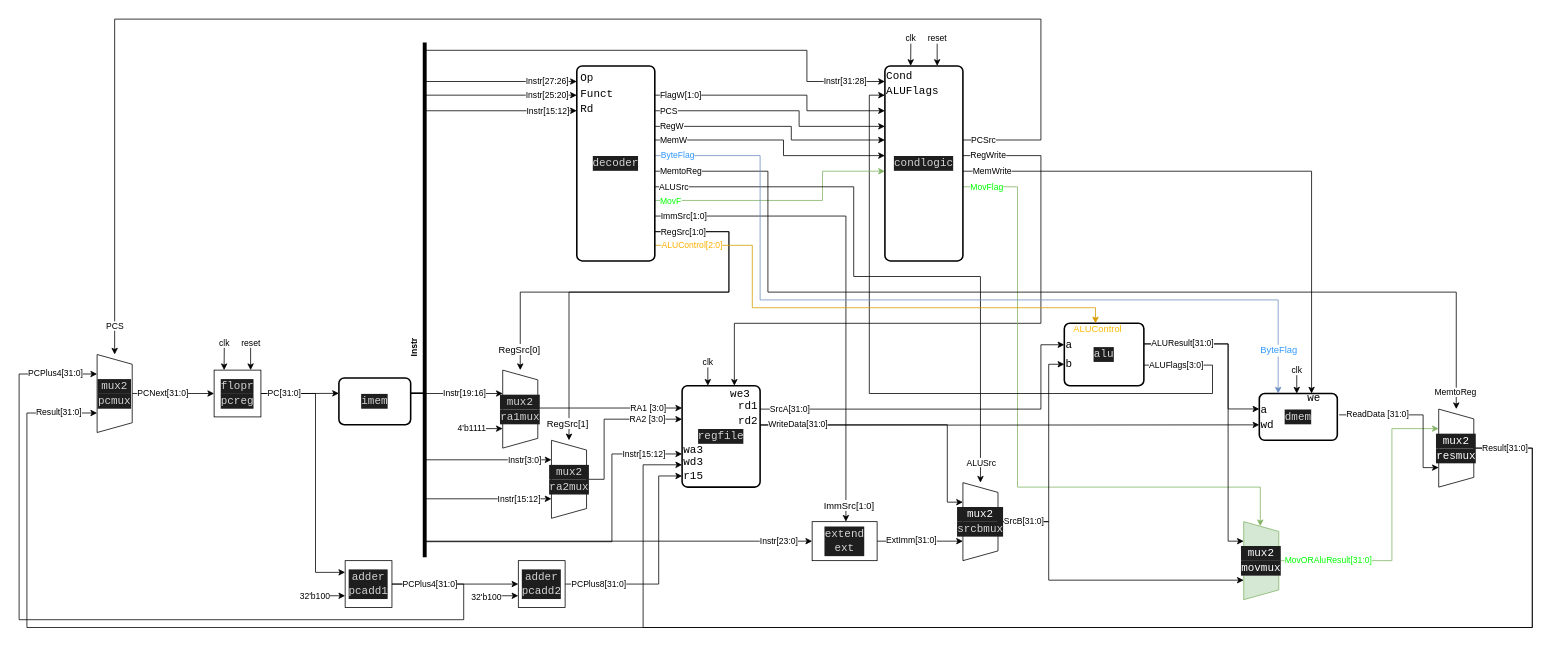
Earlier version of the draw.io diagram diagram.drawio (moliverth/arm_single_extended). Source tidied: cells renumbered, new cells numbered last; positions are measured from the earlier drawing's top-left corner, leaving out a move shared by most shapes. Both pictures are drawn from the tidied source at 78%, with x=0, y=0 at pixel (19, 19).
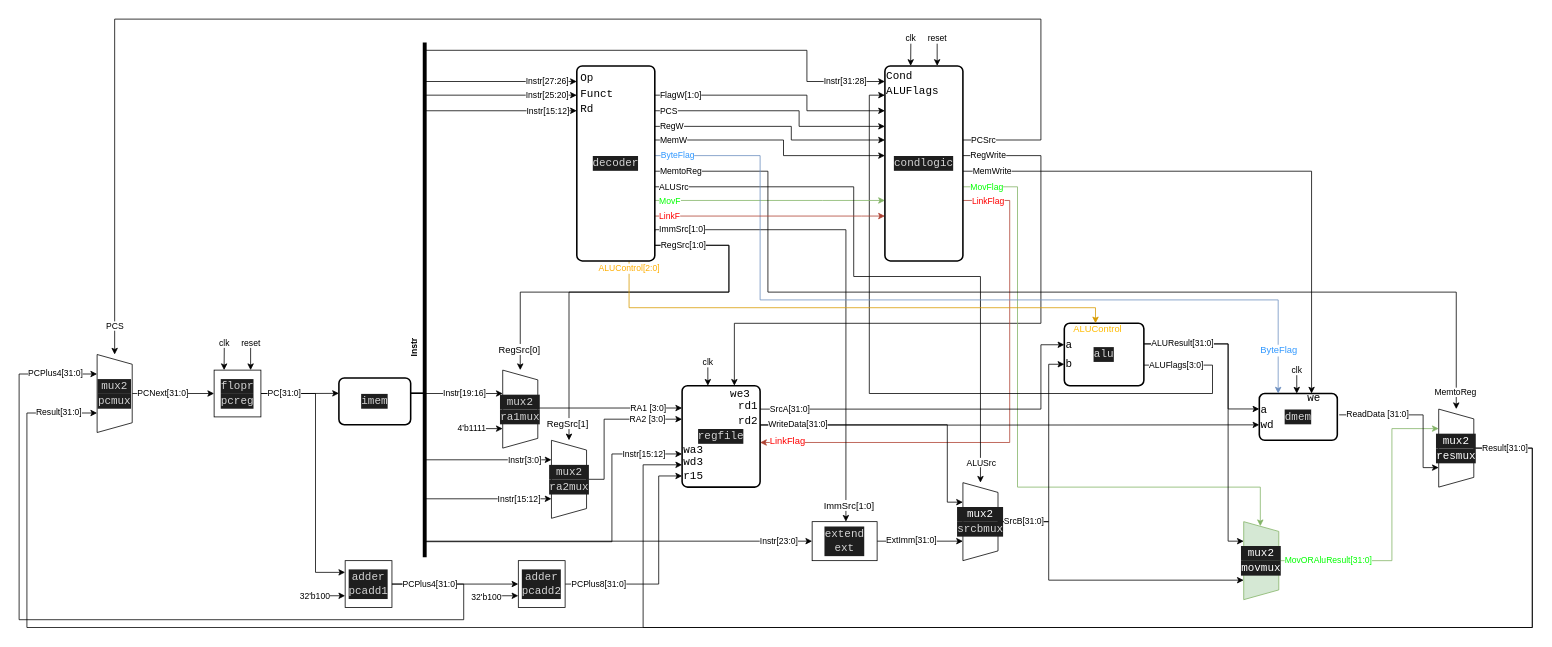
The same page after the edit.

Commit message:
add LinkFLag and LinkF wires

Unchanged cells that the change refers to:
```xml
<mxCell id="7" value="&lt;div style=&quot;color: rgb(212, 212, 212); background-color: rgb(30, 30, 30); font-family: Consolas, &amp;quot;Courier New&amp;quot;, monospace; font-size: 14px; line-height: 19px;&quot;&gt;&lt;div style=&quot;line-height: 19px;&quot;&gt;condlogic&lt;/div&gt;&lt;/div&gt;" style="rounded=1;whiteSpace=wrap;html=1;absoluteArcSize=1;arcSize=14;strokeWidth=2;points=[[0,0.08,0,0,0],[0,0.15,0,0,0],[0,0.23,0,0,0],[0,0.31,0,0,0],[0,0.38,0,0,0],[0,0.46,0,0,0],[0,0.54,0,0,0],[0,0.62,0,0,0],[0,0.69,0,0,0],[0,0.77,0,0,0],[0,0.85,0,0,0],[0,0.92,0,0,0],[0.33,0,0,0,0],[0.33,1,0,0,0],[0.67,0,0,0,0],[0.67,1,0,0,0],[1,0.08,0,0,0],[1,0.15,0,0,0],[1,0.23,0,0,0],[1,0.31,0,0,0],[1,0.38,0,0,0],[1,0.46,0,0,0],[1,0.54,0,0,0],[1,0.62,0,0,0],[1,0.69,0,0,0],[1,0.77,0,0,0],[1,0.85,0,0,0],[1,0.92,0,0,0]];" parent="1" vertex="1">
  <mxGeometry x="1110" y="60" width="100" height="250" as="geometry" />
</mxCell>
<mxCell id="24" value="&lt;div style=&quot;color: rgb(212, 212, 212); background-color: rgb(30, 30, 30); font-family: Consolas, &amp;quot;Courier New&amp;quot;, monospace; font-size: 14px; line-height: 19px;&quot;&gt;&lt;div style=&quot;line-height: 19px;&quot;&gt;regfile&lt;/div&gt;&lt;/div&gt;" style="rounded=1;whiteSpace=wrap;html=1;absoluteArcSize=1;arcSize=14;strokeWidth=2;points=[[0,0.11,0,0,0],[0,0.22,0,0,0],[0,0.33,0,0,0],[0,0.44,0,0,0],[0,0.56,0,0,0],[0,0.67,0,0,0],[0,0.78,0,0,0],[0,0.89,0,0,0],[0.33,0,0,0,0],[0.33,1,0,0,0],[0.67,0,0,0,0],[0.67,1,0,0,0],[1,0.11,0,0,0],[1,0.22,0,0,0],[1,0.33,0,0,0],[1,0.44,0,0,0],[1,0.56,0,0,0],[1,0.67,0,0,0],[1,0.78,0,0,0],[1,0.89,0,0,0]];" parent="1" vertex="1">
  <mxGeometry x="850" y="470" width="100" height="130" as="geometry" />
</mxCell>
<mxCell id="27" value="&lt;div style=&quot;color: rgb(212, 212, 212); background-color: rgb(30, 30, 30); font-family: Consolas, &amp;quot;Courier New&amp;quot;, monospace; font-size: 14px; line-height: 19px;&quot;&gt;&lt;div style=&quot;line-height: 19px;&quot;&gt;mux2&lt;/div&gt;&lt;/div&gt;&lt;div style=&quot;color: rgb(212, 212, 212); background-color: rgb(30, 30, 30); font-family: Consolas, &amp;quot;Courier New&amp;quot;, monospace; font-size: 14px; line-height: 19px;&quot;&gt;&lt;div style=&quot;line-height: 19px;&quot;&gt;ra1mux&lt;/div&gt;&lt;/div&gt;" style="verticalLabelPosition=middle;verticalAlign=middle;html=1;shape=trapezoid;perimeter=trapezoidPerimeter;whiteSpace=wrap;size=0.125;arcSize=10;flipV=1;labelPosition=center;align=center;strokeColor=default;fontFamily=Helvetica;fontSize=12;fontColor=default;fillColor=default;direction=south;rounded=0;shadow=0;points=[[0,0.5,0,0,0],[0.25,1,0,0,0],[0.5,0,0,0,0],[0.75,1,0,0,0],[1,0.5,0,0,0]];" parent="1" vertex="1">
  <mxGeometry x="620" y="450" width="45" height="100" as="geometry" />
</mxCell>
<mxCell id="39" value="&lt;div style=&quot;color: rgb(212, 212, 212); background-color: rgb(30, 30, 30); font-family: Consolas, &amp;quot;Courier New&amp;quot;, monospace; font-size: 14px; line-height: 19px;&quot;&gt;&lt;div style=&quot;line-height: 19px;&quot;&gt;mux2&lt;/div&gt;&lt;/div&gt;&lt;div style=&quot;color: rgb(212, 212, 212); background-color: rgb(30, 30, 30); font-family: Consolas, &amp;quot;Courier New&amp;quot;, monospace; font-size: 14px; line-height: 19px;&quot;&gt;&lt;div style=&quot;line-height: 19px;&quot;&gt;&lt;div style=&quot;line-height: 19px;&quot;&gt;ra2mux&lt;/div&gt;&lt;/div&gt;&lt;/div&gt;" style="verticalLabelPosition=middle;verticalAlign=middle;html=1;shape=trapezoid;perimeter=trapezoidPerimeter;whiteSpace=wrap;size=0.125;arcSize=10;flipV=1;labelPosition=center;align=center;strokeColor=default;fontFamily=Helvetica;fontSize=12;fontColor=default;fillColor=default;direction=south;rounded=0;shadow=0;points=[[0,0.5,0,0,0],[0.25,1,0,0,0],[0.5,0,0,0,0],[0.75,1,0,0,0],[1,0.5,0,0,0]];" parent="1" vertex="1">
  <mxGeometry x="682.5" y="540" width="45" height="100" as="geometry" />
</mxCell>
<mxCell id="64" value="&lt;div style=&quot;color: rgb(212, 212, 212); background-color: rgb(30, 30, 30); font-family: Consolas, &amp;quot;Courier New&amp;quot;, monospace; font-size: 14px; line-height: 19px;&quot;&gt;&lt;div style=&quot;line-height: 19px;&quot;&gt;&lt;div style=&quot;line-height: 19px;&quot;&gt;decoder&lt;/div&gt;&lt;/div&gt;&lt;/div&gt;" style="rounded=1;whiteSpace=wrap;html=1;absoluteArcSize=1;arcSize=14;strokeWidth=2;points=[[0,0.08,0,0,0],[0,0.15,0,0,0],[0,0.23,0,0,0],[0,0.31,0,0,0],[0,0.38,0,0,0],[0,0.46,0,0,0],[0,0.54,0,0,0],[0,0.62,0,0,0],[0,0.69,0,0,0],[0,0.77,0,0,0],[0,0.85,0,0,0],[0,0.92,0,0,0],[0.33,0,0,0,0],[0.33,1,0,0,0],[0.67,0,0,0,0],[0.67,1,0,0,0],[1,0.08,0,0,0],[1,0.15,0,0,0],[1,0.23,0,0,0],[1,0.31,0,0,0],[1,0.38,0,0,0],[1,0.46,0,0,0],[1,0.54,0,0,0],[1,0.62,0,0,0],[1,0.69,0,0,0],[1,0.77,0,0,0],[1,0.85,0,0,0],[1,0.92,0,0,0]];" parent="1" vertex="1">
  <mxGeometry x="715" y="60" width="100" height="250" as="geometry" />
</mxCell>
<mxCell id="85" value="&lt;font color=&quot;#ffbb00&quot;&gt;ALUControl&lt;/font&gt;" style="text;whiteSpace=wrap;html=1;labelBackgroundColor=none;fontColor=#000000;verticalAlign=middle;" parent="1" vertex="1">
  <mxGeometry x="1350" y="390" width="60" height="15" as="geometry" />
</mxCell>
<mxCell id="87" value="&lt;div style=&quot;color: rgb(212, 212, 212); background-color: rgb(30, 30, 30); font-family: Consolas, &amp;quot;Courier New&amp;quot;, monospace; font-size: 14px; line-height: 19px;&quot;&gt;&lt;div style=&quot;line-height: 19px;&quot;&gt;&lt;div style=&quot;line-height: 19px;&quot;&gt;extend&lt;/div&gt;&lt;/div&gt;&lt;div style=&quot;line-height: 19px;&quot;&gt;&lt;div style=&quot;line-height: 19px;&quot;&gt;ext&lt;/div&gt;&lt;/div&gt;&lt;/div&gt;" style="whiteSpace=wrap;html=1;strokeColor=default;fontFamily=Helvetica;fontSize=12;fontColor=default;fillColor=default;points=[[0,0.25,0,0,0],[0,0.5,0,0,0],[0,0.75,0,0,0],[0.5,0,0,0,0],[0.5,1,0,0,0],[1,0.5,0,0,0]];rotation=0;" parent="1" vertex="1">
  <mxGeometry x="1016.7" y="644.3" width="83.3" height="50" as="geometry" />
</mxCell>
```

The edit, as a diff of the source:
```diff
@@
+    <mxCell id="101" value="LinkFlag" style="edgeStyle=orthogonalEdgeStyle;rounded=0;jettySize=auto;html=1;exitX=1;exitY=0.69;exitDx=0;exitDy=0;exitPerimeter=0;entryX=1;entryY=0.56;entryDx=0;entryDy=0;entryPerimeter=0;fillColor=#fad9d5;strokeColor=#ae4132;align=left;fontColor=#ff0000;" parent="1" edge="1" source="7" target="24">
+      <mxGeometry x="-0.97" relative="1" as="geometry">
+        <Array as="points">
+          <mxPoint x="1270" y="233" />
+          <mxPoint x="1270" y="543" />
+        </Array>
+      </mxGeometry>
+    </mxCell>
@@
-    <mxCell id="52" style="edgeStyle=orthogonalEdgeStyle;rounded=0;jettySize=auto;html=1;exitX=1;exitY=0.85;exitDx=0;exitDy=0;exitPerimeter=0;align=left;entryX=1;entryY=0.5;entryDx=0;entryDy=0;entryPerimeter=0;" parent="1" edge="1" source="64" target="27">
+    <mxCell id="52" style="edgeStyle=orthogonalEdgeStyle;rounded=0;jettySize=auto;html=1;exitX=1;exitY=0.92;exitDx=0;exitDy=0;exitPerimeter=0;align=left;entryX=1;entryY=0.5;entryDx=0;entryDy=0;entryPerimeter=0;" parent="1" edge="1" source="64" target="27">
       <mxGeometry x="-0.92" relative="1" as="geometry">
         <Array as="points">
-          <mxPoint x="910" y="272" />
+          <mxPoint x="910" y="290" />
           <mxPoint x="910" y="350" />
           <mxPoint x="643" y="350" />
         </Array>
       </mxGeometry>
     </mxCell>
-    <mxCell id="53" value="ImmSrc[1:0]" style="edgeStyle=orthogonalEdgeStyle;rounded=0;jettySize=auto;html=1;exitX=1;exitY=0.77;exitDx=0;exitDy=0;exitPerimeter=0;align=left;" parent="1" edge="1" source="64" target="87">
+    <mxCell id="53" value="ImmSrc[1:0]" style="edgeStyle=orthogonalEdgeStyle;rounded=0;jettySize=auto;html=1;exitX=1;exitY=0.85;exitDx=0;exitDy=0;exitPerimeter=0;align=left;" parent="1" edge="1" source="64" target="87">
       <mxGeometry x="-0.98" relative="1" as="geometry">
         <Array as="points">
-          <mxPoint x="1060" y="253" />
+          <mxPoint x="815" y="270" />
+          <mxPoint x="1060" y="270" />
         </Array>
       </mxGeometry>
     </mxCell>
-    <mxCell id="54" value="&lt;font color=&quot;#00ff00&quot;&gt;MovF&lt;/font&gt;" style="edgeStyle=orthogonalEdgeStyle;rounded=0;jettySize=auto;html=1;exitX=1;exitY=0.69;exitDx=0;exitDy=0;exitPerimeter=0;align=left;fillColor=#d5e8d4;strokeColor=#82b366;entryX=0;entryY=0.54;entryDx=0;entryDy=0;entryPerimeter=0;" parent="1" edge="1" source="64" target="7">
+    <mxCell id="54" value="&lt;font color=&quot;#00ff00&quot;&gt;MovF&lt;/font&gt;" style="edgeStyle=orthogonalEdgeStyle;rounded=0;jettySize=auto;html=1;exitX=1;exitY=0.69;exitDx=0;exitDy=0;exitPerimeter=0;align=left;fillColor=#d5e8d4;strokeColor=#82b366;entryX=0;entryY=0.69;entryDx=0;entryDy=0;entryPerimeter=0;" parent="1" edge="1" source="64" target="7">
       <mxGeometry x="-0.97" relative="1" as="geometry">
         <Array as="points">
-          <mxPoint x="1030" y="233" />
-          <mxPoint x="1030" y="195" />
+          <mxPoint x="1030" y="232" />
+          <mxPoint x="1110" y="233" />
         </Array>
       </mxGeometry>
     </mxCell>
@@
-    <mxCell id="61" value="RegSrc[1:0]" style="edgeStyle=orthogonalEdgeStyle;rounded=0;jettySize=auto;html=1;exitX=1;exitY=0.85;exitDx=0;exitDy=0;exitPerimeter=0;entryX=1;entryY=0.5;entryDx=0;entryDy=0;entryPerimeter=0;align=left;" parent="1" edge="1" source="64" target="39">
+    <mxCell id="61" value="RegSrc[1:0]" style="edgeStyle=orthogonalEdgeStyle;rounded=0;jettySize=auto;html=1;exitX=1;exitY=0.92;exitDx=0;exitDy=0;exitPerimeter=0;entryX=1;entryY=0.5;entryDx=0;entryDy=0;entryPerimeter=0;align=left;" parent="1" edge="1" source="64" target="39">
       <mxGeometry x="-0.98" relative="1" as="geometry">
         <Array as="points">
-          <mxPoint x="910" y="272" />
+          <mxPoint x="910" y="290" />
           <mxPoint x="910" y="350" />
           <mxPoint x="705" y="350" />
         </Array>
       </mxGeometry>
     </mxCell>
-    <mxCell id="62" value="&lt;font color=&quot;#ffae00&quot;&gt;ALUControl[2:0]&lt;/font&gt;" style="edgeStyle=orthogonalEdgeStyle;rounded=0;jettySize=auto;html=1;exitX=1;exitY=0.92;exitDx=0;exitDy=0;exitPerimeter=0;entryX=0.5;entryY=0;entryDx=0;entryDy=0;align=left;fillColor=#ffe6cc;strokeColor=#d79b00;" parent="1" edge="1" source="64" target="85">
-      <mxGeometry x="-0.98" relative="1" as="geometry">
+    <mxCell id="62" value="&lt;font color=&quot;#ffae00&quot;&gt;ALUControl[2:0]&lt;/font&gt;" style="edgeStyle=orthogonalEdgeStyle;rounded=0;jettySize=auto;html=1;exitX=0.67;exitY=1;exitDx=0;exitDy=0;exitPerimeter=0;entryX=0.5;entryY=0;entryDx=0;entryDy=0;align=center;fillColor=#ffe6cc;strokeColor=#d79b00;" parent="1" edge="1" source="64" target="85">
+      <mxGeometry x="-0.97" relative="1" as="geometry">
         <Array as="points">
-          <mxPoint x="940" y="290" />
-          <mxPoint x="940" y="370" />
+          <mxPoint x="782" y="370" />
           <mxPoint x="1380" y="370" />
         </Array>
       </mxGeometry>
     </mxCell>
@@
+    <mxCell id="102" value="LinkF" style="edgeStyle=orthogonalEdgeStyle;rounded=0;jettySize=auto;html=1;exitX=1;exitY=0.77;exitDx=0;exitDy=0;exitPerimeter=0;entryX=0;entryY=0.77;entryDx=0;entryDy=0;entryPerimeter=0;fillColor=#fad9d5;strokeColor=#ae4132;align=left;fontColor=#ff0000;" parent="1" edge="1" source="64" target="7">
+      <mxGeometry x="-0.97" relative="1" as="geometry">
+        <Array as="points">
+          <mxPoint x="1080" y="252" />
+          <mxPoint x="1110" y="253" />
+        </Array>
+      </mxGeometry>
+    </mxCell>
@@
+    <mxCell id="103" value="&lt;font color=&quot;#ff0000&quot;&gt;LinkFlag&lt;/font&gt;" style="text;html=1;align=center;verticalAlign=bottom;strokeColor=none;fillColor=none;labelBackgroundColor=default;" parent="1" vertex="1">
+      <mxGeometry x="950" y="520" width="70" height="30" as="geometry" />
+    </mxCell>
```
